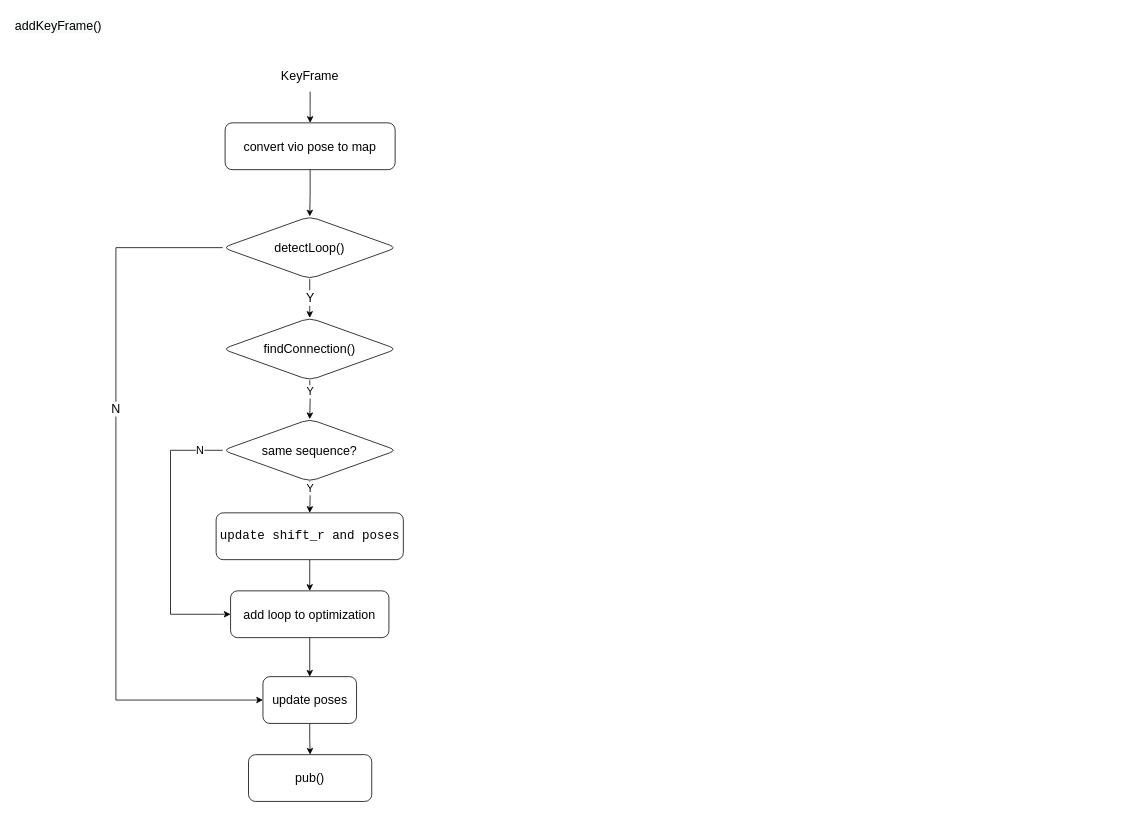
Earlier version of the draw.io diagram blog/vins_backend.drawio (mMikaa00/For_draw_io). Source tidied: cells renumbered, new cells numbered last; positions are measured from the earlier drawing's top-left corner, leaving out a move shared by most shapes. Both pictures are drawn from the tidied source at 78%, with x=0, y=0 at pixel (13, 13).
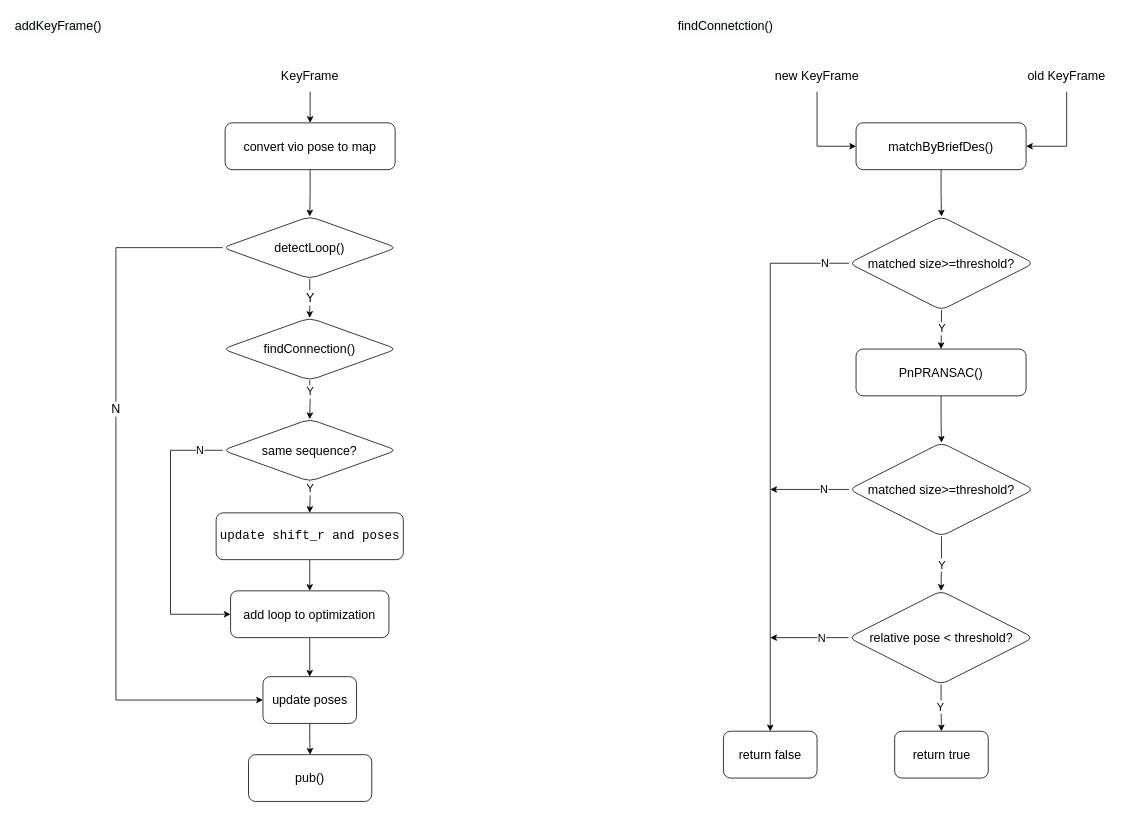
Above is the later version.

Change to the diagram source:
```diff
@@
+    <mxCell id="27" value="&lt;span style=&quot;color: rgb(0 , 0 , 0) ; font-family: &amp;#34;helvetica&amp;#34; ; font-size: 16px ; font-style: normal ; font-weight: 400 ; letter-spacing: normal ; text-align: center ; text-indent: 0px ; text-transform: none ; word-spacing: 0px ; background-color: rgb(248 , 249 , 250) ; display: inline ; float: none&quot;&gt;findConnetction()&lt;/span&gt;" style="text;whiteSpace=wrap;html=1;fontSize=16;" parent="1" vertex="1">
+      <mxGeometry x="850" width="200" height="30" as="geometry" />
+    </mxCell>
+    <mxCell id="28" style="edgeStyle=orthogonalEdgeStyle;rounded=0;jettySize=auto;html=1;entryX=0;entryY=0.5;entryDx=0;entryDy=0;" parent="1" edge="1" source="29" target="33">
+      <mxGeometry relative="1" as="geometry" />
+    </mxCell>
+    <mxCell id="29" value="new KeyFrame" style="whiteSpace=wrap;html=1;rounded=1;fontSize=16;shadow=0;sketch=0;glass=0;strokeColor=none;fillColor=none;" parent="1" vertex="1">
+      <mxGeometry x="970" y="60" width="120" height="40" as="geometry" />
+    </mxCell>
+    <mxCell id="30" style="edgeStyle=orthogonalEdgeStyle;rounded=0;jettySize=auto;html=1;entryX=1;entryY=0.5;entryDx=0;entryDy=0;exitX=0.5;exitY=1;exitDx=0;exitDy=0;" parent="1" edge="1" source="31" target="33">
+      <mxGeometry relative="1" as="geometry">
+        <Array as="points">
+          <mxPoint x="1350" y="120" />
+          <mxPoint x="1350" y="120" />
+          <mxPoint x="1350" y="170" />
+        </Array>
+      </mxGeometry>
+    </mxCell>
+    <mxCell id="31" value="old KeyFrame" style="whiteSpace=wrap;html=1;rounded=1;fontSize=16;shadow=0;sketch=0;glass=0;strokeColor=none;fillColor=none;" parent="1" vertex="1">
+      <mxGeometry x="1290" y="60" width="120" height="40" as="geometry" />
+    </mxCell>
+    <mxCell id="32" style="edgeStyle=orthogonalEdgeStyle;rounded=0;jettySize=auto;html=1;" parent="1" edge="1" source="33" target="38">
+      <mxGeometry relative="1" as="geometry" />
+    </mxCell>
+    <mxCell id="33" value="matchByBriefDes()" style="whiteSpace=wrap;html=1;rounded=1;fontSize=16;" parent="1" vertex="1">
+      <mxGeometry x="1080" y="140" width="218" height="60" as="geometry" />
+    </mxCell>
+    <mxCell id="34" style="edgeStyle=orthogonalEdgeStyle;rounded=0;jettySize=auto;html=1;" parent="1" edge="1" source="38" target="40">
+      <mxGeometry relative="1" as="geometry" />
+    </mxCell>
+    <mxCell id="35" value="&lt;font style=&quot;font-size: 14px&quot;&gt;Y&lt;/font&gt;" style="edgeLabel;html=1;align=center;verticalAlign=middle;" parent="34" vertex="1">
+      <mxGeometry x="0.17" relative="1" as="geometry">
+        <mxPoint y="-6" as="offset" />
+      </mxGeometry>
+    </mxCell>
+    <mxCell id="36" style="edgeStyle=orthogonalEdgeStyle;rounded=0;jettySize=auto;html=1;entryX=0.5;entryY=0;entryDx=0;entryDy=0;fontSize=14;" parent="1" edge="1" source="38" target="52">
+      <mxGeometry relative="1" as="geometry" />
+    </mxCell>
+    <mxCell id="37" value="N" style="edgeLabel;html=1;align=center;verticalAlign=middle;fontSize=14;" parent="36" vertex="1">
+      <mxGeometry x="-0.91" y="-1" relative="1" as="geometry" />
+    </mxCell>
+    <mxCell id="38" value="&lt;font style=&quot;font-size: 16px&quot;&gt;matched size&amp;gt;=threshold?&lt;/font&gt;" style="rhombus;whiteSpace=wrap;html=1;rounded=1;shadow=0;glass=0;sketch=0;fontSize=16;" parent="1" vertex="1">
+      <mxGeometry x="1071" y="260" width="237" height="120" as="geometry" />
+    </mxCell>
+    <mxCell id="39" style="edgeStyle=orthogonalEdgeStyle;rounded=0;jettySize=auto;html=1;" parent="1" edge="1" source="40" target="45">
+      <mxGeometry relative="1" as="geometry" />
+    </mxCell>
+    <mxCell id="40" value="PnPRANSAC()" style="whiteSpace=wrap;html=1;rounded=1;fontSize=16;" parent="1" vertex="1">
+      <mxGeometry x="1080" y="430" width="218" height="60" as="geometry" />
+    </mxCell>
+    <mxCell id="41" style="edgeStyle=orthogonalEdgeStyle;rounded=0;jettySize=auto;html=1;" parent="1" edge="1" source="45" target="50">
+      <mxGeometry relative="1" as="geometry" />
+    </mxCell>
+    <mxCell id="42" value="Y" style="edgeLabel;html=1;align=center;verticalAlign=middle;fontSize=14;" parent="41" vertex="1">
+      <mxGeometry x="0.13" y="1" relative="1" as="geometry">
+        <mxPoint x="-1" y="-3" as="offset" />
+      </mxGeometry>
+    </mxCell>
+    <mxCell id="43" style="edgeStyle=orthogonalEdgeStyle;rounded=0;jettySize=auto;html=1;fontSize=14;" parent="1" edge="1" source="45">
+      <mxGeometry relative="1" as="geometry">
+        <mxPoint x="970" y="610" as="targetPoint" />
+      </mxGeometry>
+    </mxCell>
+    <mxCell id="44" value="N" style="edgeLabel;html=1;align=center;verticalAlign=middle;fontSize=14;" parent="43" vertex="1">
+      <mxGeometry x="-0.35" y="-1" relative="1" as="geometry" />
+    </mxCell>
+    <mxCell id="45" value="&lt;font style=&quot;font-size: 16px&quot;&gt;matched size&amp;gt;=threshold?&lt;/font&gt;" style="rhombus;whiteSpace=wrap;html=1;rounded=1;shadow=0;glass=0;sketch=0;fontSize=16;" parent="1" vertex="1">
+      <mxGeometry x="1071" y="550" width="237" height="120" as="geometry" />
+    </mxCell>
+    <mxCell id="46" style="edgeStyle=orthogonalEdgeStyle;rounded=0;jettySize=auto;html=1;fontSize=14;" parent="1" edge="1" source="50" target="51">
+      <mxGeometry relative="1" as="geometry" />
+    </mxCell>
+    <mxCell id="47" value="Y" style="edgeLabel;html=1;align=center;verticalAlign=middle;fontSize=14;" parent="46" vertex="1">
+      <mxGeometry x="0.2" relative="1" as="geometry">
+        <mxPoint x="-2" y="-7" as="offset" />
+      </mxGeometry>
+    </mxCell>
+    <mxCell id="48" style="edgeStyle=orthogonalEdgeStyle;rounded=0;jettySize=auto;html=1;fontSize=14;" parent="1" edge="1" source="50">
+      <mxGeometry relative="1" as="geometry">
+        <mxPoint x="970" y="800" as="targetPoint" />
+      </mxGeometry>
+    </mxCell>
+    <mxCell id="49" value="N" style="edgeLabel;html=1;align=center;verticalAlign=middle;fontSize=14;" parent="48" vertex="1">
+      <mxGeometry x="-0.21" relative="1" as="geometry">
+        <mxPoint x="5" as="offset" />
+      </mxGeometry>
+    </mxCell>
+    <mxCell id="50" value="&lt;font style=&quot;font-size: 16px&quot;&gt;relative pose &amp;lt; threshold?&lt;/font&gt;" style="rhombus;whiteSpace=wrap;html=1;rounded=1;shadow=0;glass=0;sketch=0;fontSize=16;" parent="1" vertex="1">
+      <mxGeometry x="1070.5" y="740" width="237" height="120" as="geometry" />
+    </mxCell>
+    <mxCell id="51" value="return true" style="whiteSpace=wrap;html=1;rounded=1;shadow=0;fontSize=16;glass=0;sketch=0;" parent="1" vertex="1">
+      <mxGeometry x="1129.5" y="920" width="120" height="60" as="geometry" />
+    </mxCell>
+    <mxCell id="52" value="return false" style="whiteSpace=wrap;html=1;rounded=1;shadow=0;fontSize=16;glass=0;sketch=0;" parent="1" vertex="1">
+      <mxGeometry x="910" y="920" width="120" height="60" as="geometry" />
+    </mxCell>
```
